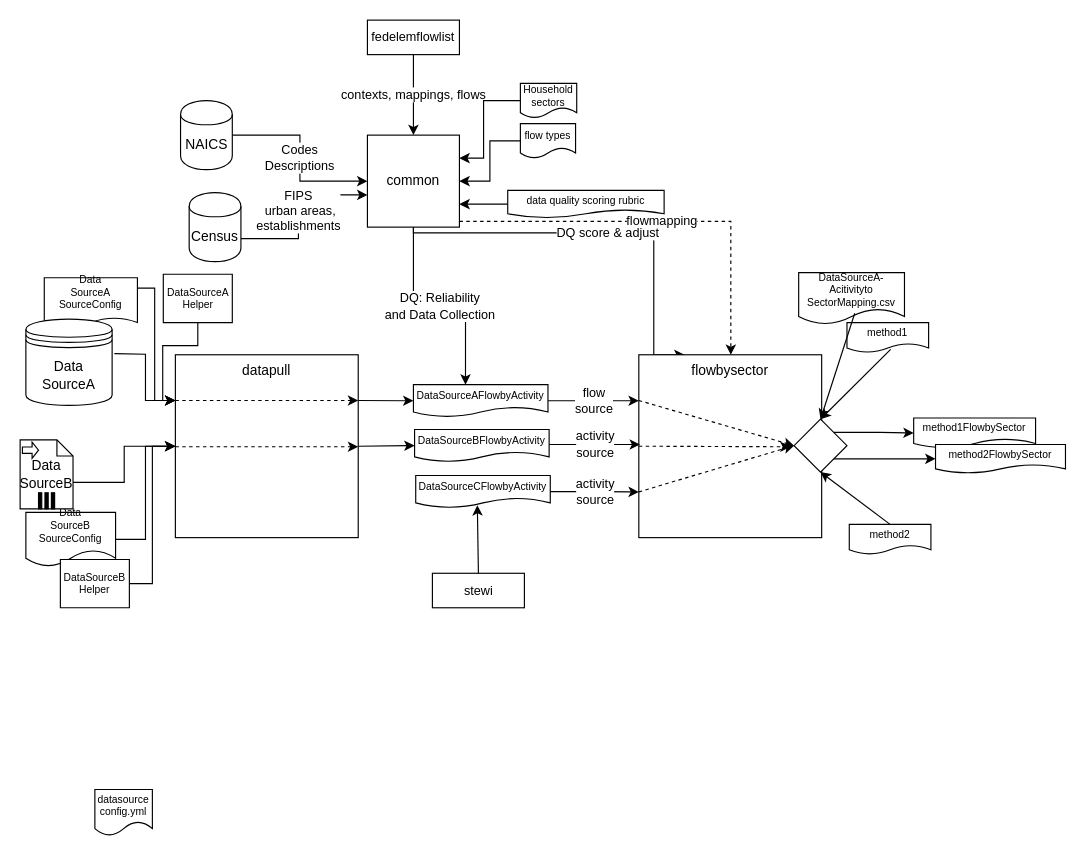
WesIngwersen/FLOWSA_design keeps this draw.io diagram as FLOWSA.drawio. Above is the earlier version. Source tidied: cells renumbered, new cells numbered last; positions are measured from the earlier drawing's top-left corner, leaving out a move shared by most shapes. Both pictures are drawn from the tidied source at 115%, with x=0, y=0 at pixel (20, 20).
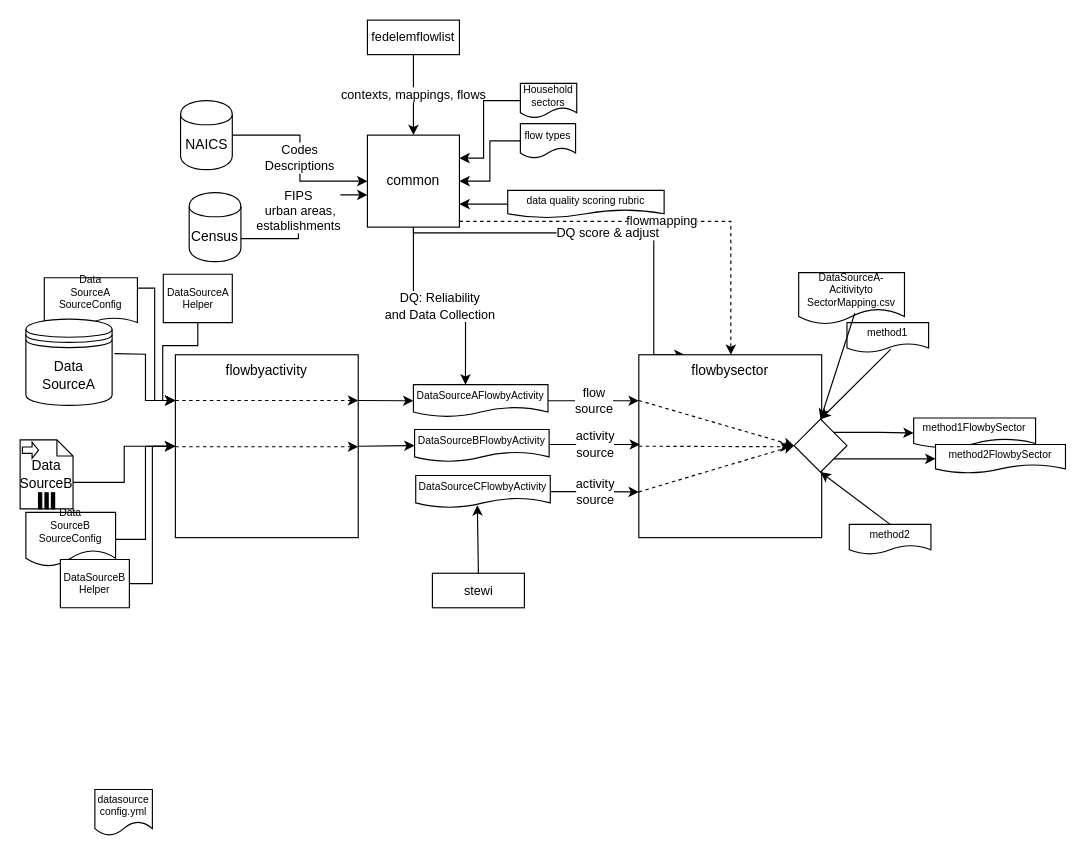
Above is the later version.

Commit message (it also covers changes not shown here):
Rename datapull to flowbyactivity

Diff of the diagram source:
```diff
@@
-    <mxCell id="3" value="&lt;span style=&quot;background-color: rgb(255 , 255 , 255)&quot;&gt;datapull&lt;br&gt;&lt;br&gt;&lt;/span&gt;" style="whiteSpace=wrap;html=1;verticalAlign=top;" parent="1" vertex="1">
+    <mxCell id="3" value="&lt;span style=&quot;background-color: rgb(255 , 255 , 255)&quot;&gt;flowbyactivity&lt;br&gt;&lt;/span&gt;" style="whiteSpace=wrap;html=1;verticalAlign=top;" parent="1" vertex="1">
       <mxGeometry x="135" y="291" width="159" height="159" as="geometry" />
     </mxCell>
```
